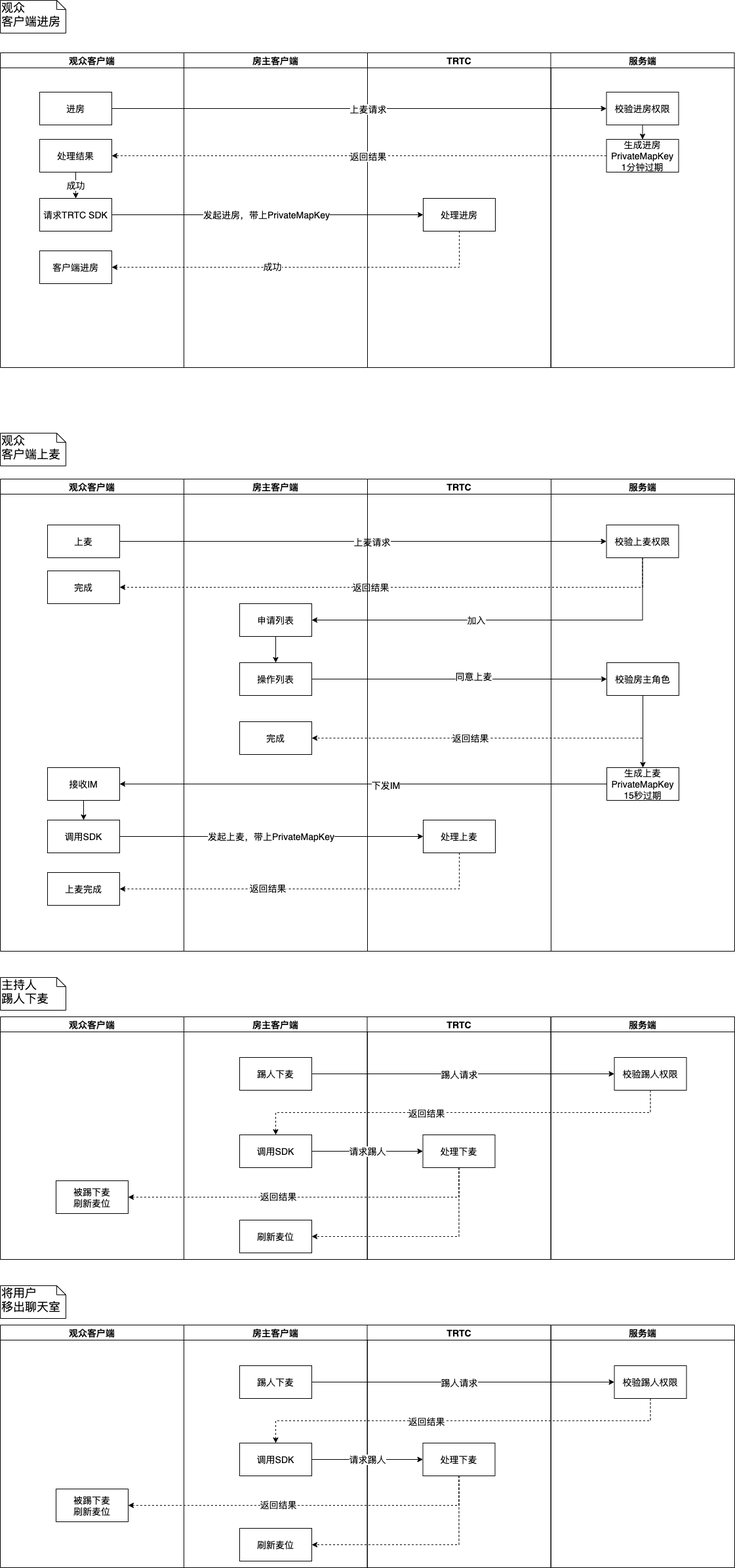
Above: trtcStartAudio.png in shiyiw/drawio (draw.io), before the change. Source tidied: cells renumbered, new cells last; positions are measured from the earlier drawing's top-left corner, leaving out a move shared by most shapes.
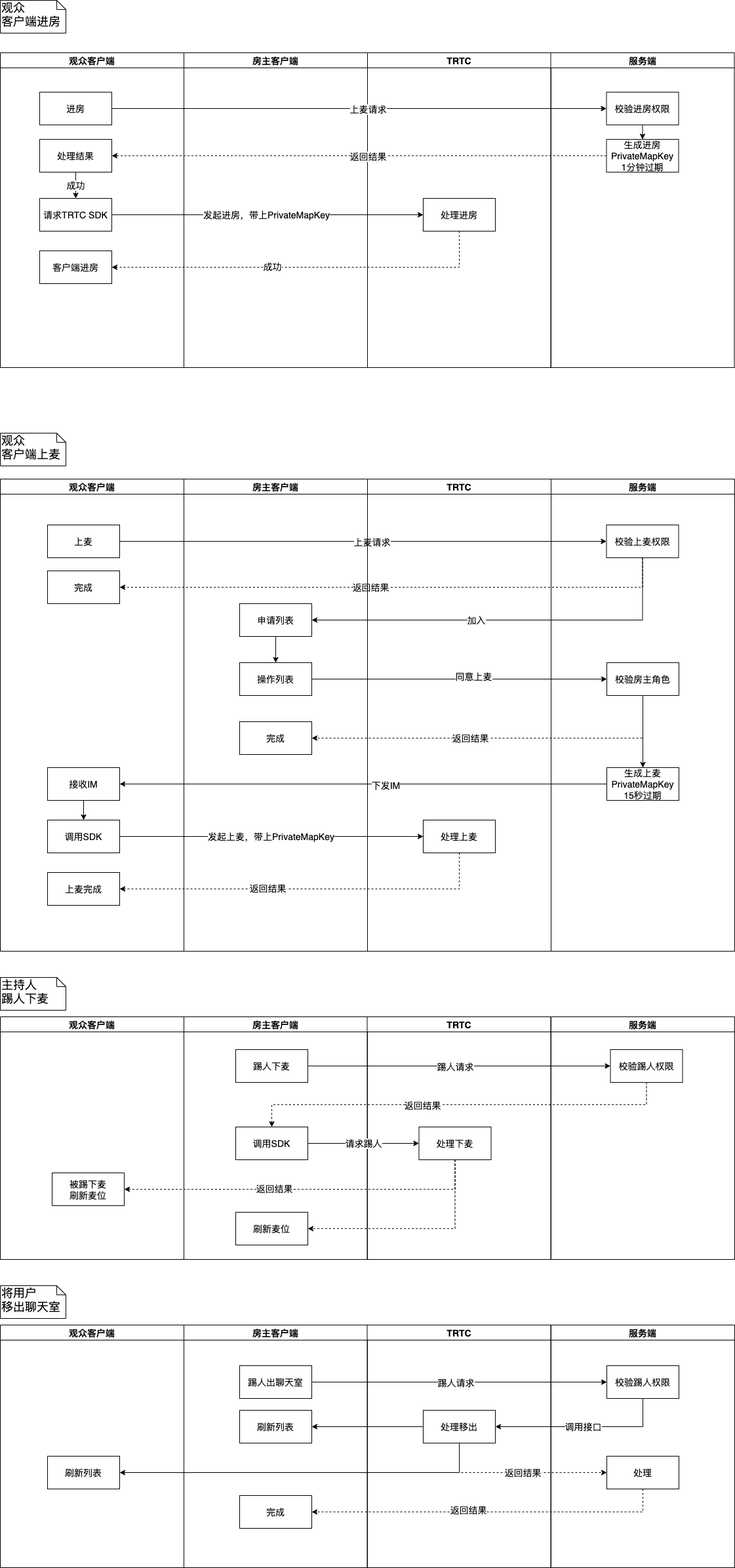
The same file after the commit.

Change to the diagram source:
```diff
@@ -66,7 +66,7 @@
       </mxGeometry>
     </mxCell>
     <mxCell id="21" value="校验踢人权限" style="fontSize=14;" parent="1" vertex="1">
-      <mxGeometry x="936.5" y="1612" width="110" height="50" as="geometry" />
+      <mxGeometry x="930.5" y="1600" width="110" height="50" as="geometry" />
     </mxCell>
     <mxCell id="22" style="edgeStyle=orthogonalEdgeStyle;rounded=0;jettySize=auto;html=1;exitX=1;exitY=0.5;exitDx=0;exitDy=0;entryX=0;entryY=0.5;entryDx=0;entryDy=0;fontSize=14;" parent="1" edge="1" source="30" target="21">
       <mxGeometry relative="1" as="geometry" />
@@ -86,25 +86,25 @@
       <mxGeometry y="1550" width="280" height="370" as="geometry" />
     </mxCell>
     <mxCell id="27" value="被踢下麦&#10;刷新麦位" style="fontSize=14;" parent="26" vertex="1">
-      <mxGeometry x="85" y="250" width="110" height="50" as="geometry" />
+      <mxGeometry x="79" y="238" width="110" height="50" as="geometry" />
     </mxCell>
     <mxCell id="28" value="房主客户端" style="swimlane;whiteSpace=wrap;fontSize=14;" parent="1" vertex="1">
       <mxGeometry x="280" y="1550" width="280" height="370" as="geometry" />
     </mxCell>
     <mxCell id="29" value="调用SDK" style="fontSize=14;" parent="28" vertex="1">
-      <mxGeometry x="85" y="180" width="110" height="50" as="geometry" />
+      <mxGeometry x="79" y="168" width="110" height="50" as="geometry" />
     </mxCell>
     <mxCell id="30" value="踢人下麦" style="fontSize=14;" parent="28" vertex="1">
-      <mxGeometry x="85" y="62" width="110" height="50" as="geometry" />
+      <mxGeometry x="79" y="50" width="110" height="50" as="geometry" />
     </mxCell>
     <mxCell id="31" value="刷新麦位" style="fontSize=14;" parent="28" vertex="1">
-      <mxGeometry x="85" y="310" width="110" height="50" as="geometry" />
+      <mxGeometry x="79" y="298" width="110" height="50" as="geometry" />
     </mxCell>
     <mxCell id="32" value="TRTC" style="swimlane;whiteSpace=wrap;fontSize=14;" parent="1" vertex="1">
       <mxGeometry x="559.5" y="1550" width="280" height="370" as="geometry" />
     </mxCell>
     <mxCell id="33" value="处理下麦" style="fontSize=14;" parent="32" vertex="1">
-      <mxGeometry x="85" y="180" width="110" height="50" as="geometry" />
+      <mxGeometry x="79" y="168" width="110" height="50" as="geometry" />
     </mxCell>
     <mxCell id="34" value="服务端" style="swimlane;whiteSpace=wrap;fontSize=14;" parent="1" vertex="1">
       <mxGeometry x="840" y="1550" width="280" height="370" as="geometry" />
@@ -140,17 +140,9 @@
     <mxCell id="43" value="成功" style="edgeLabel;html=1;align=center;verticalAlign=middle;fontSize=14;" parent="42" vertex="1">
       <mxGeometry x="0.17" y="-2" relative="1" as="geometry" />
     </mxCell>
-    <mxCell id="44" style="edgeStyle=orthogonalEdgeStyle;rounded=0;jettySize=auto;html=1;exitX=0.5;exitY=1;exitDx=0;exitDy=0;entryX=0.5;entryY=0;entryDx=0;entryDy=0;dashed=1;fontSize=14;" parent="1" edge="1" source="46" target="52">
-      <mxGeometry relative="1" as="geometry" />
-    </mxCell>
-    <mxCell id="45" value="返回结果" style="edgeLabel;html=1;align=center;verticalAlign=middle;fontSize=14;" parent="44" vertex="1">
-      <mxGeometry x="0.15" y="-3" relative="1" as="geometry">
-        <mxPoint x="-8" y="3" as="offset" />
-      </mxGeometry>
-    </mxCell>
-    <mxCell id="46" value="校验踢人权限" style="fontSize=14;" parent="1" vertex="1">
-      <mxGeometry x="936.5" y="2082" width="110" height="50" as="geometry" />
-    </mxCell>
+    <mxCell id="98" value="调用接口" style="edgeStyle=orthogonalEdgeStyle;rounded=0;jettySize=auto;html=1;exitX=0.5;exitY=1;exitDx=0;exitDy=0;entryX=1;entryY=0.5;entryDx=0;entryDy=0;fontSize=14;" parent="1" edge="1" source="46" target="56">
+      <mxGeometry relative="1" as="geometry" />
+    </mxCell>
     <mxCell id="47" style="edgeStyle=orthogonalEdgeStyle;rounded=0;jettySize=auto;html=1;exitX=1;exitY=0.5;exitDx=0;exitDy=0;entryX=0;entryY=0.5;entryDx=0;entryDy=0;fontSize=14;" parent="1" edge="1" source="53" target="46">
       <mxGeometry relative="1" as="geometry" />
     </mxCell>
@@ -162,47 +154,39 @@
     <mxCell id="49" value="观众客户端" style="swimlane;whiteSpace=wrap;fontSize=14;" parent="1" vertex="1">
       <mxGeometry y="2020" width="280" height="370" as="geometry" />
     </mxCell>
-    <mxCell id="50" value="被踢下麦&#10;刷新麦位" style="fontSize=14;" parent="49" vertex="1">
-      <mxGeometry x="85" y="250" width="110" height="50" as="geometry" />
-    </mxCell>
+    <mxCell id="99" value="刷新列表" style="fontSize=14;" parent="49" vertex="1">
+      <mxGeometry x="72" y="200" width="110" height="50" as="geometry" />
+    </mxCell>
     <mxCell id="51" value="房主客户端" style="swimlane;whiteSpace=wrap;fontSize=14;" parent="1" vertex="1">
       <mxGeometry x="280" y="2020" width="280" height="370" as="geometry" />
     </mxCell>
-    <mxCell id="52" value="调用SDK" style="fontSize=14;" parent="51" vertex="1">
-      <mxGeometry x="85" y="180" width="110" height="50" as="geometry" />
-    </mxCell>
-    <mxCell id="53" value="踢人下麦" style="fontSize=14;" parent="51" vertex="1">
+    <mxCell id="53" value="踢人出聊天室" style="fontSize=14;" parent="51" vertex="1">
       <mxGeometry x="85" y="62" width="110" height="50" as="geometry" />
     </mxCell>
-    <mxCell id="54" value="刷新麦位" style="fontSize=14;" parent="51" vertex="1">
-      <mxGeometry x="85" y="310" width="110" height="50" as="geometry" />
-    </mxCell>
+    <mxCell id="100" value="刷新列表" style="fontSize=14;" parent="51" vertex="1">
+      <mxGeometry x="85" y="130" width="110" height="50" as="geometry" />
+    </mxCell>
+    <mxCell id="101" value="完成" style="fontSize=14;" parent="51" vertex="1">
+      <mxGeometry x="85" y="260" width="110" height="50" as="geometry" />
+    </mxCell>
     <mxCell id="55" value="TRTC" style="swimlane;whiteSpace=wrap;fontSize=14;" parent="1" vertex="1">
       <mxGeometry x="559.5" y="2020" width="280" height="370" as="geometry" />
     </mxCell>
-    <mxCell id="56" value="处理下麦" style="fontSize=14;" parent="55" vertex="1">
-      <mxGeometry x="85" y="180" width="110" height="50" as="geometry" />
+    <mxCell id="56" value="处理移出" style="fontSize=14;" parent="55" vertex="1">
+      <mxGeometry x="85.5" y="130" width="110" height="50" as="geometry" />
     </mxCell>
     <mxCell id="57" value="服务端" style="swimlane;whiteSpace=wrap;fontSize=14;" parent="1" vertex="1">
       <mxGeometry x="840" y="2020" width="280" height="370" as="geometry" />
     </mxCell>
+    <mxCell id="102" value="处理" style="fontSize=14;" parent="57" vertex="1">
+      <mxGeometry x="85" y="200" width="110" height="50" as="geometry" />
+    </mxCell>
+    <mxCell id="46" value="校验踢人权限" style="fontSize=14;" parent="57" vertex="1">
+      <mxGeometry x="85" y="62" width="110" height="50" as="geometry" />
+    </mxCell>
     <mxCell id="58" value="将用户&lt;br&gt;移出聊天室" style="shape=note;whiteSpace=wrap;html=1;size=14;verticalAlign=top;align=left;spacingTop=-6;fontSize=18;" parent="1" vertex="1">
       <mxGeometry y="1960" width="100" height="50" as="geometry" />
     </mxCell>
-    <mxCell id="59" value="请求踢人" style="edgeStyle=orthogonalEdgeStyle;rounded=0;jettySize=auto;html=1;entryX=0;entryY=0.5;entryDx=0;entryDy=0;exitX=1;exitY=0.5;exitDx=0;exitDy=0;fontSize=14;" parent="1" edge="1" source="52" target="56">
-      <mxGeometry relative="1" as="geometry" />
-    </mxCell>
-    <mxCell id="60" style="edgeStyle=orthogonalEdgeStyle;rounded=0;jettySize=auto;html=1;exitX=0.5;exitY=1;exitDx=0;exitDy=0;entryX=1;entryY=0.5;entryDx=0;entryDy=0;dashed=1;fontSize=14;" parent="1" edge="1" source="56" target="50">
-      <mxGeometry relative="1" as="geometry" />
-    </mxCell>
-    <mxCell id="61" value="返回结果" style="edgeLabel;html=1;align=center;verticalAlign=middle;fontSize=14;" parent="60" vertex="1">
-      <mxGeometry x="0.17" y="-2" relative="1" as="geometry">
-        <mxPoint x="1" as="offset" />
-      </mxGeometry>
-    </mxCell>
-    <mxCell id="62" style="edgeStyle=orthogonalEdgeStyle;rounded=0;jettySize=auto;html=1;exitX=0.5;exitY=1;exitDx=0;exitDy=0;entryX=1;entryY=0.5;entryDx=0;entryDy=0;dashed=1;fontSize=14;" parent="1" edge="1" source="56" target="54">
-      <mxGeometry relative="1" as="geometry" />
-    </mxCell>
     <mxCell id="63" style="group;" parent="1" vertex="1">
       <mxGeometry y="730" width="1120" height="720" as="geometry" />
     </mxCell>
@@ -312,5 +296,23 @@
     <mxCell id="97" style="edgeStyle=orthogonalEdgeStyle;rounded=0;jettySize=auto;html=1;exitX=0.5;exitY=1;exitDx=0;exitDy=0;fontSize=14;" parent="93" edge="1" source="95" target="96">
       <mxGeometry relative="1" as="geometry" />
     </mxCell>
+    <mxCell id="103" style="edgeStyle=orthogonalEdgeStyle;rounded=0;jettySize=auto;html=1;exitX=0;exitY=0.5;exitDx=0;exitDy=0;entryX=1;entryY=0.5;entryDx=0;entryDy=0;fontSize=14;" parent="1" edge="1" source="56" target="100">
+      <mxGeometry relative="1" as="geometry" />
+    </mxCell>
+    <mxCell id="104" style="edgeStyle=orthogonalEdgeStyle;rounded=0;jettySize=auto;html=1;exitX=0.5;exitY=1;exitDx=0;exitDy=0;entryX=0;entryY=0.5;entryDx=0;entryDy=0;fontSize=14;dashed=1;" parent="1" edge="1" source="56" target="102">
+      <mxGeometry relative="1" as="geometry" />
+    </mxCell>
+    <mxCell id="105" value="返回结果" style="edgeLabel;html=1;align=center;verticalAlign=middle;fontSize=14;" parent="104" vertex="1">
+      <mxGeometry x="0.04" y="1" relative="1" as="geometry" />
+    </mxCell>
+    <mxCell id="106" style="edgeStyle=orthogonalEdgeStyle;rounded=0;jettySize=auto;html=1;exitX=0.5;exitY=1;exitDx=0;exitDy=0;dashed=1;fontSize=14;entryX=1;entryY=0.5;entryDx=0;entryDy=0;" parent="1" edge="1" source="102" target="101">
+      <mxGeometry relative="1" as="geometry" />
+    </mxCell>
+    <mxCell id="107" value="返回结果" style="edgeLabel;html=1;align=center;verticalAlign=middle;fontSize=14;" parent="106" vertex="1">
+      <mxGeometry x="0.12" y="-4" relative="1" as="geometry" />
+    </mxCell>
+    <mxCell id="108" style="edgeStyle=orthogonalEdgeStyle;rounded=0;jettySize=auto;html=1;exitX=0.5;exitY=1;exitDx=0;exitDy=0;entryX=1;entryY=0.5;entryDx=0;entryDy=0;fontSize=14;" parent="1" edge="1" source="56" target="99">
+      <mxGeometry relative="1" as="geometry" />
+    </mxCell>
   </root>
 </mxGraphModel>
```
